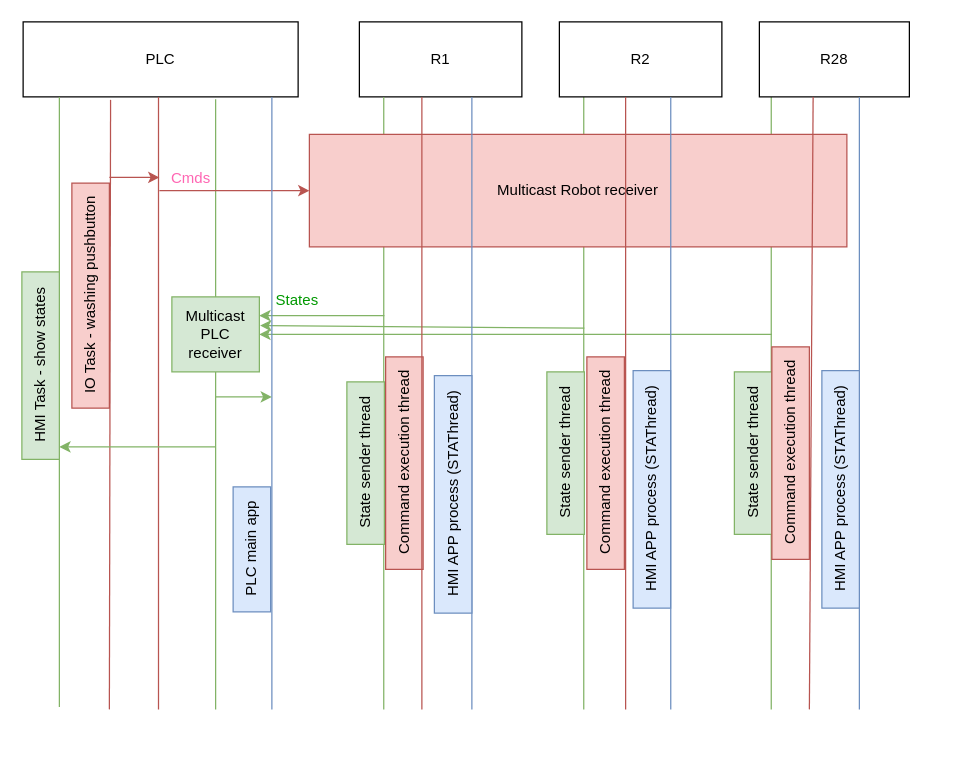
Before: page "SC" (1 of 2) of washing.drawio in megavad/Diagrams, a draw.io diagram. Source tidied: cells renumbered, new cells numbered last; positions are measured from the earlier drawing's top-left corner, leaving out a move shared by most shapes. Both pictures are drawn from the tidied source at 125%, with x=0, y=0 at pixel (-54, 21).
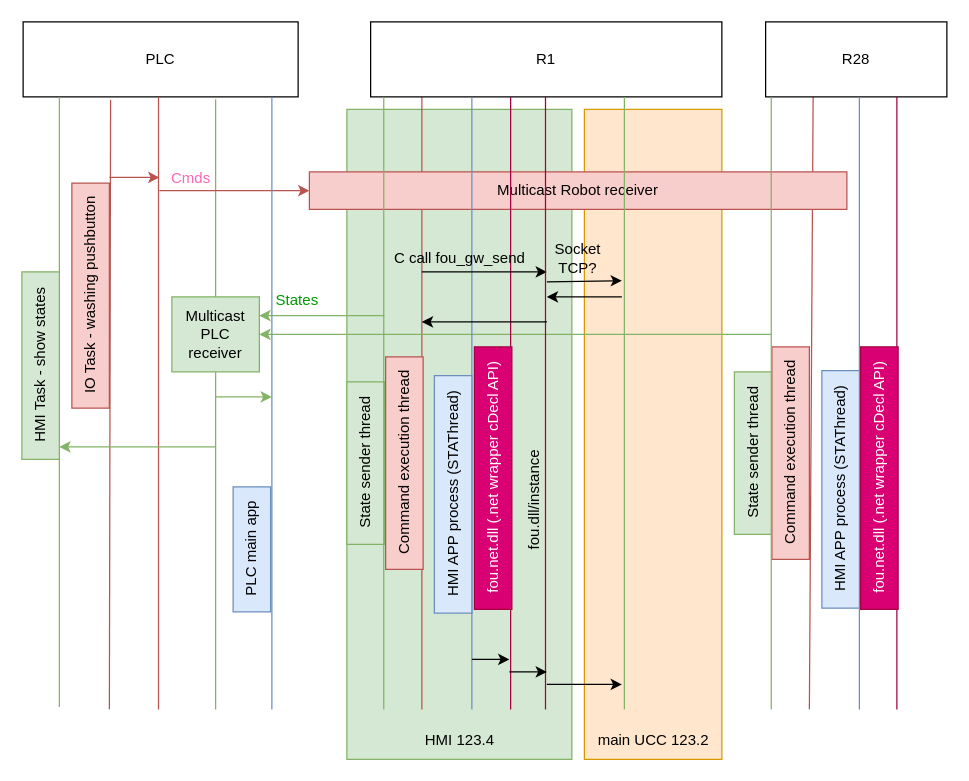
After the change.

The change refers to these unchanged cells:
```xml
<mxCell id="11" value="Multicast PLC receiver" style="rounded=0;whiteSpace=wrap;html=1;fillColor=#d5e8d4;strokeColor=#82b366;" parent="1" vertex="1">
  <mxGeometry x="180" y="220" width="70" height="60" as="geometry" />
</mxCell>
```

Diff of the diagram source:
```diff
@@
+    <mxCell id="44" style="rounded=0;whiteSpace=wrap;html=1;fillColor=#ffe6cc;strokeColor=#d79b00;" parent="1" vertex="1">
+      <mxGeometry x="510" y="70" width="110" height="520" as="geometry" />
+    </mxCell>
+    <mxCell id="45" style="rounded=0;whiteSpace=wrap;html=1;fillColor=#d5e8d4;strokeColor=#82b366;" parent="1" vertex="1">
+      <mxGeometry x="320" y="70" width="180" height="520" as="geometry" />
+    </mxCell>
+    <mxCell id="27" style="endArrow=none;html=1;rounded=0;entryX=0.75;entryY=1;entryDx=0;entryDy=0;fillColor=#f8cecc;strokeColor=#b85450;" parent="1" edge="1">
+      <mxGeometry relative="1" as="geometry">
+        <mxPoint x="690" y="550" as="sourcePoint" />
+        <mxPoint x="693" y="60" as="targetPoint" />
+      </mxGeometry>
+    </mxCell>
+    <mxCell id="43" style="endArrow=none;html=1;rounded=0;entryX=0.75;entryY=1;entryDx=0;entryDy=0;fillColor=#f8cecc;strokeColor=#b85450;" parent="1" edge="1">
+      <mxGeometry relative="1" as="geometry">
+        <mxPoint x="380" y="550" as="sourcePoint" />
+        <mxPoint x="380" y="60" as="targetPoint" />
+      </mxGeometry>
+    </mxCell>
@@
     <mxCell id="3" value="R1" style="rounded=0;whiteSpace=wrap;html=1;" parent="1" vertex="1">
-      <mxGeometry x="330" width="130" height="60" as="geometry" />
+      <mxGeometry x="339" width="281" height="60" as="geometry" />
     </mxCell>
@@
-    <mxCell id="5" style="endArrow=none;html=1;rounded=0;entryX=0.5;entryY=1;entryDx=0;entryDy=0;fillColor=#d5e8d4;strokeColor=#82b366;" parent="1" edge="1">
-      <mxGeometry relative="1" as="geometry">
-        <mxPoint x="349.5" y="550" as="sourcePoint" />
-        <mxPoint x="349.5" y="60" as="targetPoint" />
-      </mxGeometry>
-    </mxCell>
-    <mxCell id="6" style="endArrow=none;html=1;rounded=0;entryX=0.5;entryY=1;entryDx=0;entryDy=0;fillColor=#d5e8d4;strokeColor=#82b366;" parent="1" edge="1">
-      <mxGeometry relative="1" as="geometry">
-        <mxPoint x="509.5" y="550" as="sourcePoint" />
-        <mxPoint x="509.5" y="60" as="targetPoint" />
-      </mxGeometry>
-    </mxCell>
-    <mxCell id="7" style="endArrow=none;html=1;rounded=0;entryX=0.5;entryY=1;entryDx=0;entryDy=0;fillColor=#d5e8d4;strokeColor=#82b366;" parent="1" edge="1">
-      <mxGeometry relative="1" as="geometry">
-        <mxPoint x="659.5" y="550" as="sourcePoint" />
-        <mxPoint x="659.5" y="60" as="targetPoint" />
-      </mxGeometry>
-    </mxCell>
     <mxCell id="8" value="Multicast Robot receiver" style="rounded=0;whiteSpace=wrap;html=1;fillColor=#f8cecc;strokeColor=#b85450;" parent="1" vertex="1">
-      <mxGeometry x="290" y="90" width="430" height="90" as="geometry" />
+      <mxGeometry x="290" y="120" width="430" height="30" as="geometry" />
     </mxCell>
@@
-    <mxCell id="13" style="endArrow=classic;html=1;rounded=0;entryX=1.008;entryY=0.383;entryDx=0;entryDy=0;entryPerimeter=0;fillColor=#d5e8d4;strokeColor=#82b366;" parent="1" edge="1" target="11">
-      <mxGeometry relative="1" as="geometry">
-        <mxPoint x="510" y="245" as="sourcePoint" />
-      </mxGeometry>
-    </mxCell>
@@
-    <mxCell id="24" value="R2" style="rounded=0;whiteSpace=wrap;html=1;" parent="1" vertex="1">
-      <mxGeometry x="490" width="130" height="60" as="geometry" />
-    </mxCell>
     <mxCell id="25" value="R28" style="rounded=0;whiteSpace=wrap;html=1;" parent="1" vertex="1">
-      <mxGeometry x="650" width="120" height="60" as="geometry" />
+      <mxGeometry x="655" width="145" height="60" as="geometry" />
     </mxCell>
-    <mxCell id="26" style="endArrow=none;html=1;rounded=0;entryX=0.75;entryY=1;entryDx=0;entryDy=0;fillColor=#f8cecc;strokeColor=#b85450;" parent="1" edge="1">
-      <mxGeometry relative="1" as="geometry">
-        <mxPoint x="543" y="550" as="sourcePoint" />
-        <mxPoint x="543" y="60" as="targetPoint" />
-      </mxGeometry>
-    </mxCell>
-    <mxCell id="27" style="endArrow=none;html=1;rounded=0;entryX=0.75;entryY=1;entryDx=0;entryDy=0;fillColor=#f8cecc;strokeColor=#b85450;" parent="1" edge="1">
-      <mxGeometry relative="1" as="geometry">
-        <mxPoint x="690" y="550" as="sourcePoint" />
-        <mxPoint x="693" y="60" as="targetPoint" />
-      </mxGeometry>
-    </mxCell>
@@
-    <mxCell id="33" value="State sender thread" style="text;html=1;align=center;verticalAlign=middle;strokeColor=#82b366;fillColor=#d5e8d4;rotation=-90;" parent="1" vertex="1">
-      <mxGeometry x="430" y="330" width="130" height="30" as="geometry" />
-    </mxCell>
@@
-    <mxCell id="35" value="Command execution thread" style="text;html=1;align=center;verticalAlign=middle;strokeColor=#b85450;fillColor=#f8cecc;rotation=-90;" parent="1" vertex="1">
-      <mxGeometry x="442" y="338" width="170" height="30" as="geometry" />
-    </mxCell>
@@
-    <mxCell id="38" style="endArrow=none;html=1;rounded=0;entryX=0.5;entryY=1;entryDx=0;entryDy=0;fillColor=#dae8fc;strokeColor=#6c8ebf;" parent="1" edge="1">
-      <mxGeometry relative="1" as="geometry">
-        <mxPoint x="579.1" y="550" as="sourcePoint" />
-        <mxPoint x="579.1" y="60" as="targetPoint" />
-      </mxGeometry>
-    </mxCell>
@@
-    <mxCell id="41" value="HMI APP process (STAThread)" style="text;html=1;align=center;verticalAlign=middle;strokeColor=#6c8ebf;fillColor=#dae8fc;rotation=270;" parent="1" vertex="1">
-      <mxGeometry x="469" y="359" width="190" height="30" as="geometry" />
-    </mxCell>
@@
-    <mxCell id="43" style="endArrow=none;html=1;rounded=0;entryX=0.75;entryY=1;entryDx=0;entryDy=0;fillColor=#f8cecc;strokeColor=#b85450;" parent="1" edge="1">
-      <mxGeometry relative="1" as="geometry">
-        <mxPoint x="380" y="550" as="sourcePoint" />
-        <mxPoint x="380" y="60" as="targetPoint" />
-      </mxGeometry>
-    </mxCell>
+    <mxCell id="46" style="endArrow=none;html=1;rounded=0;entryX=0.5;entryY=1;entryDx=0;entryDy=0;fillColor=#d80073;strokeColor=#A50040;" parent="1" edge="1">
+      <mxGeometry relative="1" as="geometry">
+        <mxPoint x="451" y="550" as="sourcePoint" />
+        <mxPoint x="451" y="60" as="targetPoint" />
+      </mxGeometry>
+    </mxCell>
+    <mxCell id="47" value="fou.net.dll (.net wrapper cDecl API)" style="text;html=1;align=center;verticalAlign=middle;strokeColor=#A50040;fillColor=#d80073;rotation=270;fontColor=#ffffff;" parent="1" vertex="1">
+      <mxGeometry x="332" y="350" width="210" height="30" as="geometry" />
+    </mxCell>
+    <mxCell id="48" style="endArrow=none;html=1;rounded=0;entryX=0.5;entryY=1;entryDx=0;entryDy=0;fillColor=#d80073;strokeColor=#A50040;" parent="1" edge="1">
+      <mxGeometry relative="1" as="geometry">
+        <mxPoint x="760" y="550" as="sourcePoint" />
+        <mxPoint x="760" y="60" as="targetPoint" />
+      </mxGeometry>
+    </mxCell>
+    <mxCell id="49" value="fou.net.dll (.net wrapper cDecl API)" style="text;html=1;align=center;verticalAlign=middle;strokeColor=#A50040;fillColor=#d80073;rotation=270;fontColor=#ffffff;" parent="1" vertex="1">
+      <mxGeometry x="641" y="350" width="210" height="30" as="geometry" />
+    </mxCell>
+    <mxCell id="5" style="endArrow=none;html=1;rounded=0;entryX=0.5;entryY=1;entryDx=0;entryDy=0;fillColor=#d5e8d4;strokeColor=#82b366;" parent="1" edge="1">
+      <mxGeometry relative="1" as="geometry">
+        <mxPoint x="349.5" y="550" as="sourcePoint" />
+        <mxPoint x="349.5" y="60" as="targetPoint" />
+      </mxGeometry>
+    </mxCell>
+    <mxCell id="7" style="endArrow=none;html=1;rounded=0;entryX=0.5;entryY=1;entryDx=0;entryDy=0;fillColor=#d5e8d4;strokeColor=#82b366;" parent="1" edge="1">
+      <mxGeometry relative="1" as="geometry">
+        <mxPoint x="659.5" y="550" as="sourcePoint" />
+        <mxPoint x="659.5" y="60" as="targetPoint" />
+      </mxGeometry>
+    </mxCell>
+    <mxCell id="50" style="endArrow=classic;html=1;rounded=0;" parent="1" edge="1">
+      <mxGeometry relative="1" as="geometry">
+        <mxPoint x="380" y="200" as="sourcePoint" />
+        <mxPoint x="480" y="200" as="targetPoint" />
+      </mxGeometry>
+    </mxCell>
+    <mxCell id="51" style="endArrow=none;html=1;rounded=0;entryX=0.5;entryY=1;entryDx=0;entryDy=0;fillColor=#d80073;strokeColor=#A50040;" parent="1" edge="1">
+      <mxGeometry relative="1" as="geometry">
+        <mxPoint x="478.9" y="550" as="sourcePoint" />
+        <mxPoint x="478.9" y="60" as="targetPoint" />
+      </mxGeometry>
+    </mxCell>
+    <mxCell id="52" value="fou.dll/instance" style="text;html=1;align=center;verticalAlign=middle;strokeColor=none;fillColor=none;rotation=-90;" parent="1" vertex="1">
+      <mxGeometry x="420" y="368" width="100" height="30" as="geometry" />
+    </mxCell>
+    <mxCell id="53" value="main UCC 123.2" style="text;html=1;align=center;verticalAlign=middle;strokeColor=none;fillColor=none;" parent="1" vertex="1">
+      <mxGeometry x="510" y="560" width="110" height="30" as="geometry" />
+    </mxCell>
+    <mxCell id="54" value="HMI 123.4" style="text;html=1;align=center;verticalAlign=middle;strokeColor=none;fillColor=none;" parent="1" vertex="1">
+      <mxGeometry x="370" y="560" width="80" height="30" as="geometry" />
+    </mxCell>
+    <mxCell id="55" style="endArrow=classic;html=1;rounded=0;" parent="1" edge="1">
+      <mxGeometry relative="1" as="geometry">
+        <mxPoint x="480" y="208" as="sourcePoint" />
+        <mxPoint x="540" y="207" as="targetPoint" />
+      </mxGeometry>
+    </mxCell>
+    <mxCell id="56" style="endArrow=none;html=1;rounded=0;entryX=0.5;entryY=1;entryDx=0;entryDy=0;fillColor=#d5e8d4;strokeColor=#82b366;" parent="1" edge="1">
+      <mxGeometry relative="1" as="geometry">
+        <mxPoint x="542" y="550" as="sourcePoint" />
+        <mxPoint x="542" y="60" as="targetPoint" />
+      </mxGeometry>
+    </mxCell>
+    <mxCell id="57" style="endArrow=classic;html=1;rounded=0;" parent="1" edge="1">
+      <mxGeometry relative="1" as="geometry">
+        <mxPoint x="540" y="220" as="sourcePoint" />
+        <mxPoint x="480" y="220" as="targetPoint" />
+      </mxGeometry>
+    </mxCell>
+    <mxCell id="58" value="Socket TCP?" style="text;html=1;align=center;verticalAlign=middle;whiteSpace=wrap;rounded=0;" parent="1" vertex="1">
+      <mxGeometry x="475" y="174" width="60" height="30" as="geometry" />
+    </mxCell>
+    <mxCell id="59" value="C call fou_gw_send" style="text;html=1;align=center;verticalAlign=middle;strokeColor=none;fillColor=none;" parent="1" vertex="1">
+      <mxGeometry x="345" y="174" width="130" height="30" as="geometry" />
+    </mxCell>
+    <mxCell id="60" style="endArrow=classic;html=1;rounded=0;" parent="1" edge="1">
+      <mxGeometry relative="1" as="geometry">
+        <mxPoint x="480" y="240" as="sourcePoint" />
+        <mxPoint x="380" y="240" as="targetPoint" />
+      </mxGeometry>
+    </mxCell>
+    <mxCell id="61" style="endArrow=classic;html=1;rounded=0;" parent="1" edge="1">
+      <mxGeometry relative="1" as="geometry">
+        <mxPoint x="420" y="510" as="sourcePoint" />
+        <mxPoint x="450" y="510" as="targetPoint" />
+      </mxGeometry>
+    </mxCell>
+    <mxCell id="62" style="endArrow=classic;html=1;rounded=0;" parent="1" edge="1">
+      <mxGeometry relative="1" as="geometry">
+        <mxPoint x="450" y="520" as="sourcePoint" />
+        <mxPoint x="480" y="520" as="targetPoint" />
+      </mxGeometry>
+    </mxCell>
+    <mxCell id="63" style="endArrow=classic;html=1;rounded=0;" parent="1" edge="1">
+      <mxGeometry relative="1" as="geometry">
+        <mxPoint x="480" y="530" as="sourcePoint" />
+        <mxPoint x="540" y="530" as="targetPoint" />
+      </mxGeometry>
+    </mxCell>
```
